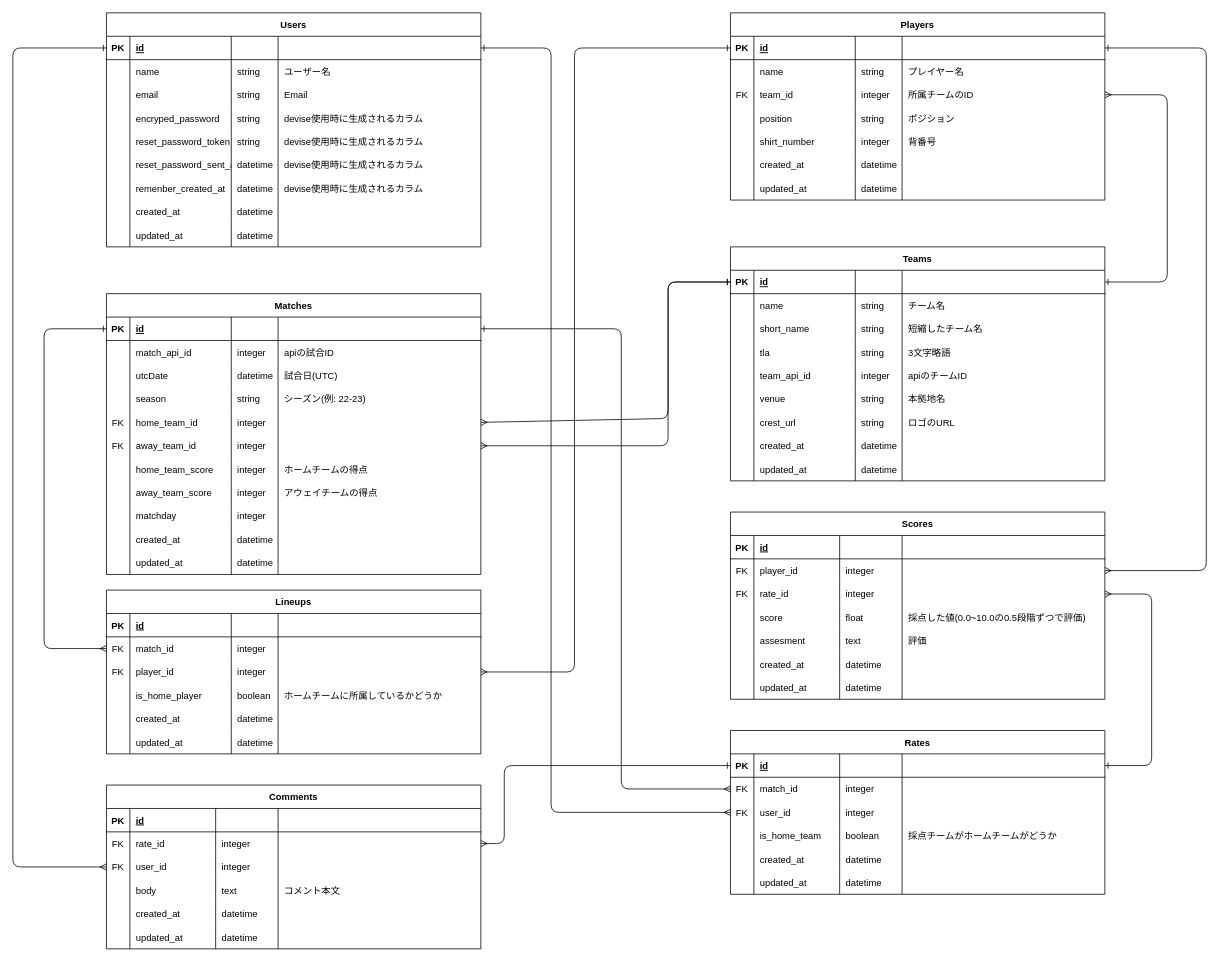
The draw.io diagram ER.dio in KmxNnCCZ/rate-footballer, before the edit. Source tidied: cells renumbered, new cells numbered last; positions are measured from the earlier drawing's top-left corner, leaving out a move shared by most shapes. Both pictures are drawn from the tidied source at 78%, with x=0, y=0 at pixel (12, 12).
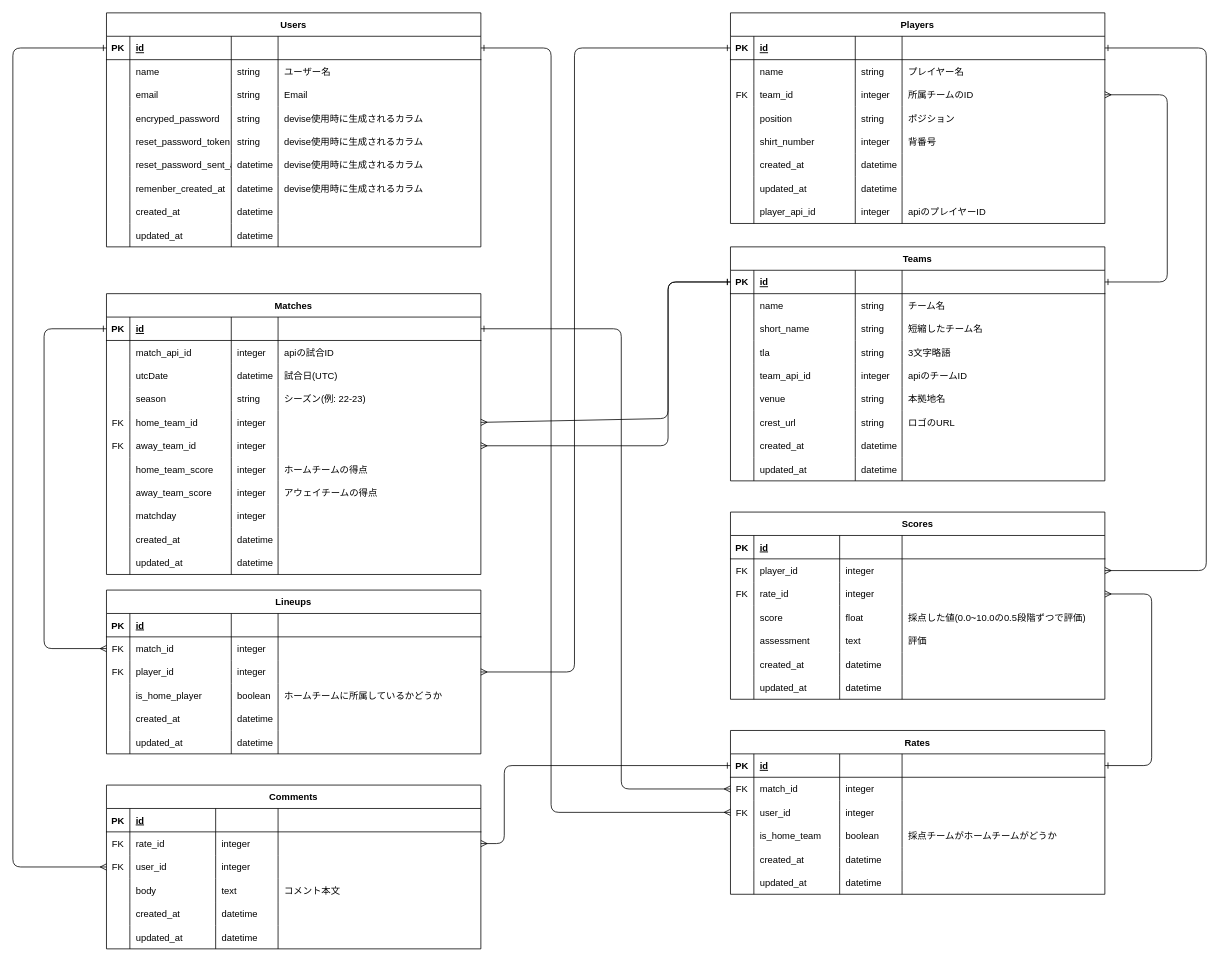
Above is the later version.

Commit message:
採点投稿ページの作成

Unchanged cells that the change refers to:
```xml
<mxCell id="301" style="shape=tableRow;horizontal=0;startSize=0;swimlaneHead=0;swimlaneBody=0;fillColor=none;top=0;left=0;right=0;bottom=0;" parent="280" vertex="1">
  <mxGeometry y="150" width="480" height="30" as="geometry" />
</mxCell>
```

Change to the diagram source:
```diff
@@
     <mxCell id="188" value="Players" style="shape=table;startSize=30;childLayout=tableLayout;rowLines=0;fontStyle=1;align=center;" parent="1" vertex="1">
-      <mxGeometry x="920" width="480" height="240" as="geometry" />
+      <mxGeometry x="920" width="480" height="270" as="geometry" />
     </mxCell>
@@
+    <mxCell id="326" style="shape=tableRow;horizontal=0;startSize=0;swimlaneHead=0;swimlaneBody=0;fillColor=none;top=0;left=0;right=0;bottom=0;" parent="188" vertex="1">
+      <mxGeometry y="240" width="480" height="30" as="geometry" />
+    </mxCell>
+    <mxCell id="327" style="shape=partialRectangle;fillColor=none;top=0;left=0;bottom=0;right=0;overflow=hidden;" parent="326" vertex="1">
+      <mxGeometry width="30" height="30" as="geometry" />
+    </mxCell>
+    <mxCell id="328" value="player_api_id" style="shape=partialRectangle;fillColor=none;top=0;left=0;bottom=0;right=0;align=left;spacingLeft=6;overflow=hidden;" parent="326" vertex="1">
+      <mxGeometry x="30" width="130" height="30" as="geometry" />
+    </mxCell>
+    <mxCell id="329" value="integer" style="shape=partialRectangle;fillColor=none;top=0;left=0;bottom=0;right=0;align=left;spacingLeft=6;overflow=hidden;" parent="326" vertex="1">
+      <mxGeometry x="160" width="60" height="30" as="geometry" />
+    </mxCell>
+    <mxCell id="330" value="apiのプレイヤーID" style="shape=partialRectangle;fillColor=none;top=0;left=0;bottom=0;right=0;align=left;spacingLeft=6;overflow=hidden;" parent="326" vertex="1">
+      <mxGeometry x="220" width="260" height="30" as="geometry" />
+    </mxCell>
@@
-    <mxCell id="303" value="assesment" style="shape=partialRectangle;fillColor=none;top=0;left=0;bottom=0;right=0;align=left;spacingLeft=6;overflow=hidden;" parent="301" vertex="1">
+    <mxCell id="303" value="assessment" style="shape=partialRectangle;fillColor=none;top=0;left=0;bottom=0;right=0;align=left;spacingLeft=6;overflow=hidden;" parent="301" vertex="1">
       <mxGeometry x="30" width="110" height="30" as="geometry" />
     </mxCell>
```
